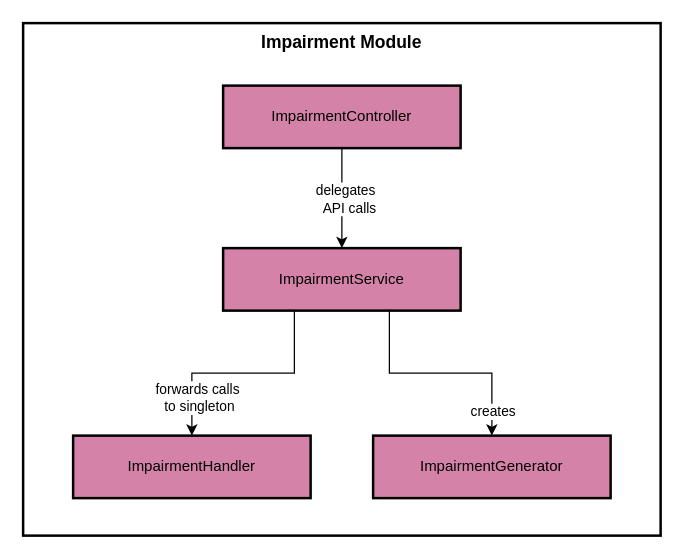
The draw.io diagram data/figs/architecture/layers/layers_impairment.drawio in socialsoftware/microservices-simulator, before the edit. Source tidied: cells renumbered, new cells numbered last; positions are measured from the earlier drawing's top-left corner, leaving out a move shared by most shapes. Both pictures are drawn from the tidied source at 125%, with x=0, y=0 at pixel (22, 22).
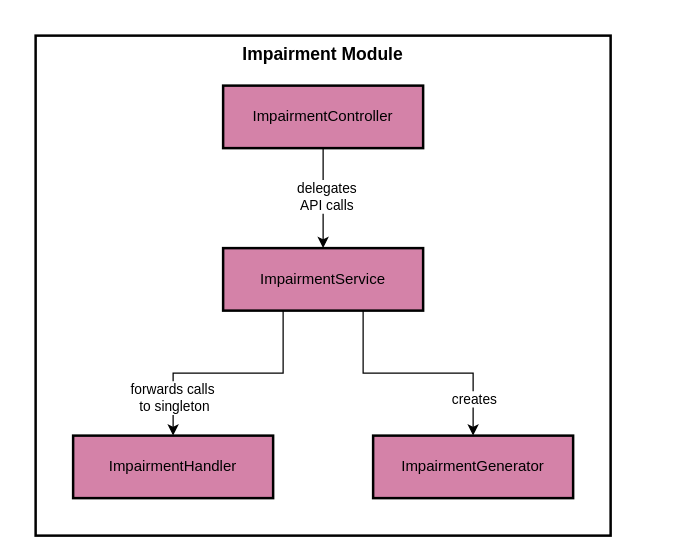
Above is the later version.

Diff of the diagram source:
```diff
@@
 <mxGraphModel>
   <root>
     <mxCell id="0" />
     <mxCell id="1" parent="0" />
     <mxCell id="2" value="Impairment Module" style="whiteSpace=wrap;strokeWidth=2;verticalAlign=top;fontSize=14;fontStyle=1;" parent="1" vertex="1">
-      <mxGeometry width="510" height="410" as="geometry" />
+      <mxGeometry x="10" y="10" width="460" height="400" as="geometry" />
     </mxCell>
     <mxCell id="3" value="ImpairmentHandler" style="whiteSpace=wrap;strokeWidth=2;fillColor=#D482A8;strokeColor=#000000;" parent="1" vertex="1">
-      <mxGeometry x="40" y="330" width="190" height="50" as="geometry" />
+      <mxGeometry x="40" y="330" width="160" height="50" as="geometry" />
     </mxCell>
     <mxCell id="4" value="ImpairmentController" style="whiteSpace=wrap;strokeWidth=2;fillColor=#D482A8;strokeColor=#000000;" parent="1" vertex="1">
-      <mxGeometry x="160" y="50" width="190" height="50" as="geometry" />
+      <mxGeometry x="160" y="50" width="160" height="50" as="geometry" />
     </mxCell>
     <mxCell id="5" value="ImpairmentService" style="whiteSpace=wrap;strokeWidth=2;fillColor=#D482A8;strokeColor=#000000;" parent="1" vertex="1">
-      <mxGeometry x="160" y="180" width="190" height="50" as="geometry" />
+      <mxGeometry x="160" y="180" width="160" height="50" as="geometry" />
     </mxCell>
     <mxCell id="6" value="ImpairmentGenerator" style="whiteSpace=wrap;strokeWidth=2;fillColor=#D482A8;strokeColor=#000000;" parent="1" vertex="1">
-      <mxGeometry x="280" y="330" width="190" height="50" as="geometry" />
+      <mxGeometry x="280" y="330" width="160" height="50" as="geometry" />
     </mxCell>
-    <mxCell id="7" style="startArrow=none;endArrow=classic;exitX=0.5;exitY=1;entryX=0.5;entryY=0;rounded=0;edgeStyle=orthogonalEdgeStyle;endFill=1;" parent="1" edge="1" source="4" target="5">
+    <mxCell id="7" style="startArrow=none;endArrow=classic;rounded=0;edgeStyle=orthogonalEdgeStyle;endFill=1;" parent="1" edge="1" source="4" target="5">
       <mxGeometry relative="1" as="geometry" />
     </mxCell>
     <mxCell id="8" style="startArrow=none;endArrow=classic;exitX=0.3;exitY=1;entryX=0.5;entryY=0;rounded=0;edgeStyle=orthogonalEdgeStyle;endFill=1;" parent="1" edge="1" source="5" target="3">
       <mxGeometry relative="1" as="geometry" />
     </mxCell>
     <mxCell id="9" style="startArrow=none;endArrow=classic;exitX=0.7;exitY=1;entryX=0.5;entryY=0;rounded=0;edgeStyle=orthogonalEdgeStyle;endFill=1;" parent="1" edge="1" source="5" target="6">
       <mxGeometry relative="1" as="geometry" />
     </mxCell>
     <mxCell id="10" value="creates" style="edgeLabel;html=1;align=center;verticalAlign=middle;" parent="9" vertex="1">
       <mxGeometry relative="1" as="geometry">
-        <mxPoint x="41" y="30" as="offset" />
+        <mxPoint x="44" y="20" as="offset" />
       </mxGeometry>
     </mxCell>
-    <mxCell id="11" value="delegates&amp;nbsp;&amp;nbsp;&lt;div&gt;API calls&lt;/div&gt;" style="edgeLabel;html=1;align=center;verticalAlign=middle;" parent="1" vertex="1">
-      <mxGeometry x="260" y="140" as="geometry" />
+    <mxCell id="11" value="delegates&lt;div&gt;&lt;span style=&quot;background-color: light-dark(#ffffff, var(--ge-dark-color, #121212)); color: light-dark(rgb(0, 0, 0), rgb(255, 255, 255));&quot;&gt;API calls&lt;/span&gt;&lt;/div&gt;" style="edgeLabel;html=1;align=center;verticalAlign=middle;" parent="1" vertex="1">
+      <mxGeometry x="280" y="140" as="geometry">
+        <mxPoint x="-38" y="-2" as="offset" />
+      </mxGeometry>
     </mxCell>
     <mxCell id="12" value="forwards calls&amp;nbsp;&lt;div&gt;to singleton&lt;/div&gt;" style="edgeLabel;html=1;align=center;verticalAlign=middle;" parent="1" vertex="1">
-      <mxGeometry x="190" y="280" as="geometry">
+      <mxGeometry x="170" y="280" as="geometry">
         <mxPoint x="-50" y="19" as="offset" />
       </mxGeometry>
     </mxCell>
   </root>
 </mxGraphModel>
```
